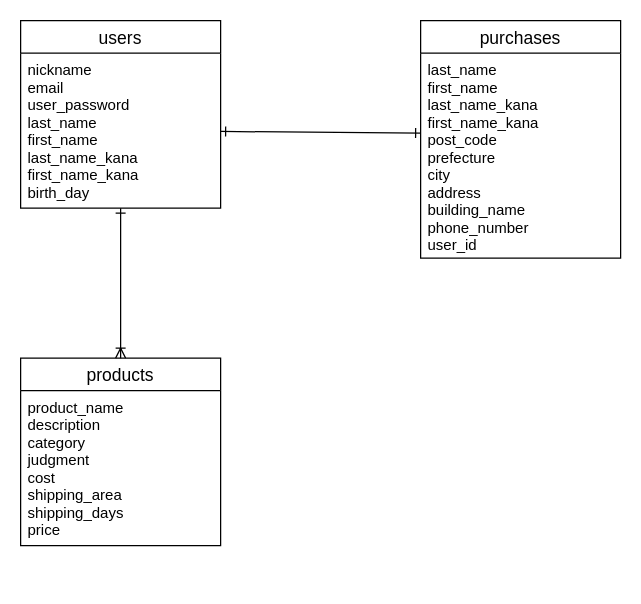
Taketai/furima-35685 keeps this draw.io diagram as furimaDB.dio. Above is the earlier version. Source tidied: cells renumbered, new cells numbered last; positions are measured from the earlier drawing's top-left corner, leaving out a move shared by most shapes. Both pictures are drawn from the tidied source at 125%, with x=0, y=0 at pixel (20, 20).
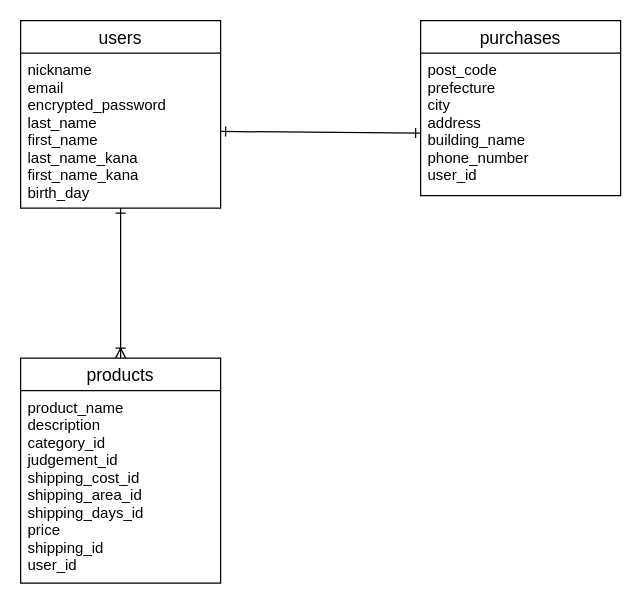
Above is the later version.

Commit message (it also covers changes not shown here):
データベース設計修正

What changed in the source:
```diff
@@
 <mxGraphModel>
   <root>
     <mxCell id="0" />
     <mxCell id="1" parent="0" />
     <mxCell id="2" value="users" style="swimlane;fontStyle=0;horizontal=1;startSize=26;align=center;fontSize=14;" parent="1" vertex="1">
       <mxGeometry width="160" height="150" as="geometry" />
     </mxCell>
-    <mxCell id="3" value="nickname&#10;email&#10;user_password&#10;last_name&#10;first_name&#10;last_name_kana&#10;first_name_kana&#10;birth_day&#10;" style="text;strokeColor=none;fillColor=none;spacingLeft=4;spacingRight=4;overflow=hidden;points=[[0,0.5],[1,0.5]];portConstraint=eastwest;fontSize=12;" parent="2" vertex="1">
+    <mxCell id="3" value="nickname&#10;email&#10;encrypted_password&#10;last_name&#10;first_name&#10;last_name_kana&#10;first_name_kana&#10;birth_day&#10;" style="text;strokeColor=none;fillColor=none;spacingLeft=4;spacingRight=4;overflow=hidden;points=[[0,0.5],[1,0.5]];portConstraint=eastwest;fontSize=12;" parent="2" vertex="1">
       <mxGeometry y="26" width="160" height="124" as="geometry" />
     </mxCell>
     <mxCell id="4" value="purchases" style="swimlane;fontStyle=0;horizontal=1;startSize=26;align=center;fontSize=14;" parent="1" vertex="1">
-      <mxGeometry x="320" width="160" height="190" as="geometry" />
+      <mxGeometry x="320" width="160" height="140" as="geometry" />
     </mxCell>
-    <mxCell id="5" value="last_name&#10;first_name&#10;last_name_kana&#10;first_name_kana&#10;post_code&#10;prefecture&#10;city&#10;address&#10;building_name&#10;phone_number&#10;user_id" style="text;strokeColor=none;fillColor=none;spacingLeft=4;spacingRight=4;overflow=hidden;fontSize=12;" parent="4" vertex="1">
-      <mxGeometry y="26" width="160" height="164" as="geometry" />
+    <mxCell id="5" value="post_code&#10;prefecture&#10;city&#10;address&#10;building_name&#10;phone_number&#10;user_id" style="text;strokeColor=none;fillColor=none;spacingLeft=4;spacingRight=4;overflow=hidden;fontSize=12;" parent="4" vertex="1">
+      <mxGeometry y="26" width="160" height="114" as="geometry" />
     </mxCell>
     <mxCell id="6" value="products" style="swimlane;fontStyle=0;horizontal=1;startSize=26;align=center;fontSize=14;" parent="1" vertex="1">
-      <mxGeometry y="270" width="160" height="150" as="geometry" />
+      <mxGeometry y="270" width="160" height="180" as="geometry" />
     </mxCell>
-    <mxCell id="7" value="product_name&#10;description&#10;category&#10;judgment&#10;cost&#10;shipping_area&#10;shipping_days&#10;price" style="text;strokeColor=none;fillColor=none;spacingLeft=4;spacingRight=4;overflow=hidden;fontSize=12;" parent="6" vertex="1">
-      <mxGeometry y="26" width="160" height="124" as="geometry" />
+    <mxCell id="7" value="product_name&#10;description&#10;category_id&#10;judgement_id&#10;shipping_cost_id&#10;shipping_area_id&#10;shipping_days_id&#10;price&#10;shipping_id&#10;user_id" style="text;strokeColor=none;fillColor=none;spacingLeft=4;spacingRight=4;overflow=hidden;fontSize=12;" parent="6" vertex="1">
+      <mxGeometry y="26" width="160" height="154" as="geometry" />
     </mxCell>
     <mxCell id="8" style="fontSize=12;html=1;endArrow=ERoneToMany;entryX=0.5;entryY=0;entryDx=0;entryDy=0;startArrow=ERone;startFill=0;" parent="1" edge="1" source="3" target="6">
       <mxGeometry relative="1" as="geometry" />
     </mxCell>
     <mxCell id="9" style="fontSize=12;html=1;endArrow=ERone;startArrow=ERone;startFill=0;endFill=0;" parent="1" edge="1" source="3">
       <mxGeometry relative="1" as="geometry">
         <mxPoint x="320" y="90" as="targetPoint" />
       </mxGeometry>
     </mxCell>
   </root>
 </mxGraphModel>
```
